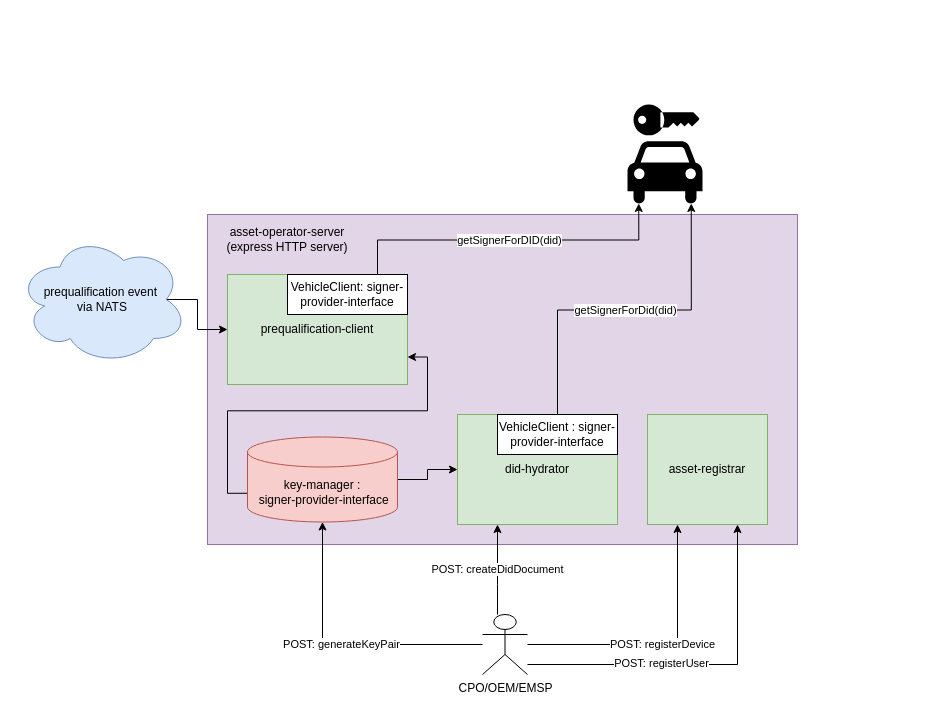
The draw.io diagram architecture.drawio in energywebfoundation/ev-dashboard-client, before the edit. Source tidied: cells renumbered, new cells numbered last; positions are measured from the earlier drawing's top-left corner, leaving out a move shared by most shapes. Both pictures are drawn from the tidied source at 100%, with x=0, y=0 at pixel (17, 104).
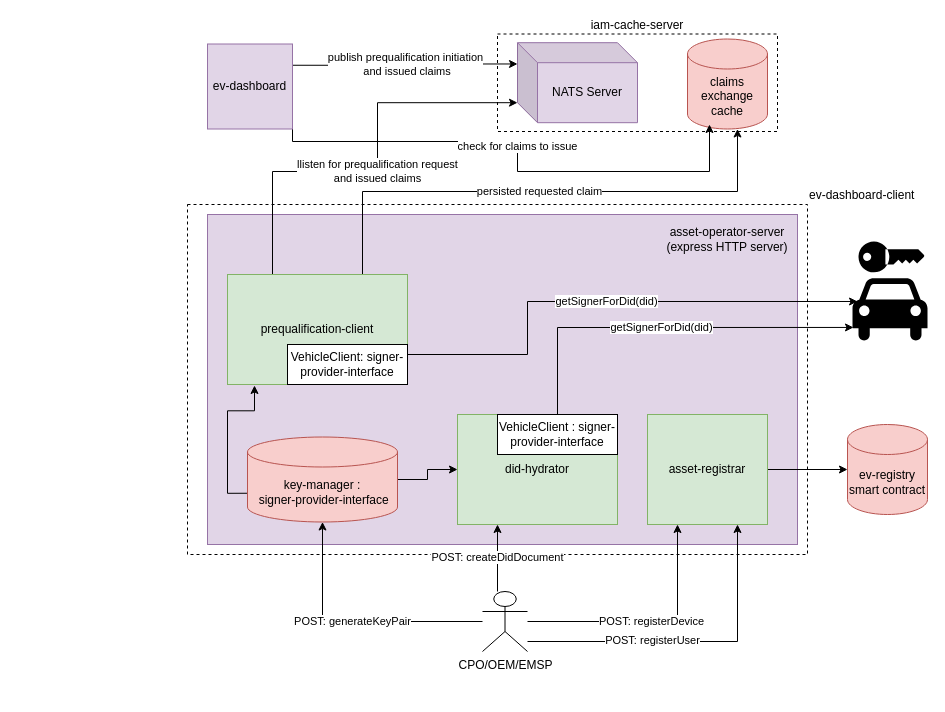
The same page after the edit.

Commit message (it also covers changes not shown here):
add ev-dashboard and ev-registry smart contract

Unchanged cells that the change refers to:
```xml
<mxCell id="4" value="did-hydrator" style="rounded=0;whiteSpace=wrap;html=1;fillColor=#d5e8d4;strokeColor=#82b366;" parent="1" vertex="1">
  <mxGeometry x="440" y="310" width="160" height="110" as="geometry" />
</mxCell>
<mxCell id="7" value="&lt;span style=&quot;text-align: left&quot;&gt;key-manager :&lt;/span&gt;&lt;br style=&quot;text-align: left&quot;&gt;&lt;span style=&quot;text-align: left&quot;&gt;&amp;nbsp;signer-provider-interface&lt;/span&gt;" style="shape=cylinder3;whiteSpace=wrap;html=1;boundedLbl=1;backgroundOutline=1;size=15;fillColor=#f8cecc;strokeColor=#b85450;" parent="1" vertex="1">
  <mxGeometry x="230" y="332.5" width="150" height="85" as="geometry" />
</mxCell>
<mxCell id="8" value="asset-registrar" style="rounded=0;whiteSpace=wrap;html=1;spacingLeft=0;fillColor=#d5e8d4;strokeColor=#82b366;" parent="1" vertex="1">
  <mxGeometry x="630" y="310" width="120" height="110" as="geometry" />
</mxCell>
<mxCell id="10" value="VehicleClient : signer-provider-interface" style="rounded=0;whiteSpace=wrap;html=1;" parent="1" vertex="1">
  <mxGeometry x="480" y="310" width="120" height="40" as="geometry" />
</mxCell>
<mxCell id="11" value="prequalification-client" style="rounded=0;whiteSpace=wrap;html=1;fillColor=#d5e8d4;strokeColor=#82b366;" parent="1" vertex="1">
  <mxGeometry x="210" y="170" width="180" height="110" as="geometry" />
</mxCell>
```

What changed in the source:
```diff
@@
+    <mxCell id="23" value="iam-cache-server" style="rounded=0;whiteSpace=wrap;html=1;dashed=1;fillColor=none;gradientColor=none;align=center;labelPosition=center;verticalLabelPosition=top;verticalAlign=bottom;" parent="1" vertex="1">
+      <mxGeometry x="480" y="-70.5" width="280" height="97.5" as="geometry" />
+    </mxCell>
+    <mxCell id="24" value="ev-dashboard-client" style="rounded=0;whiteSpace=wrap;html=1;gradientColor=none;align=left;fillColor=none;dashed=1;labelPosition=right;verticalLabelPosition=top;verticalAlign=bottom;" parent="1" vertex="1">
+      <mxGeometry x="170" y="100" width="620" height="350" as="geometry" />
+    </mxCell>
@@
     <mxCell id="3" value="asset-operator-server&lt;br&gt;(express HTTP server)" style="text;html=1;strokeColor=none;fillColor=none;align=center;verticalAlign=middle;whiteSpace=wrap;rounded=0;dashed=1;" parent="1" vertex="1">
-      <mxGeometry x="200" y="120" width="140" height="30" as="geometry" />
+      <mxGeometry x="640" y="120" width="140" height="30" as="geometry" />
     </mxCell>
@@
-    <mxCell id="5" style="edgeStyle=orthogonalEdgeStyle;rounded=0;jettySize=auto;html=1;exitX=0;exitY=0;exitDx=0;exitDy=56.25;exitPerimeter=0;entryX=1;entryY=0.75;entryDx=0;entryDy=0;" parent="1" edge="1" source="7" target="11">
+    <mxCell id="5" style="edgeStyle=orthogonalEdgeStyle;rounded=0;jettySize=auto;html=1;exitX=0;exitY=0;exitDx=0;exitDy=56.25;exitPerimeter=0;entryX=0.15;entryY=1.009;entryDx=0;entryDy=0;entryPerimeter=0;" parent="1" edge="1" source="7" target="11">
       <mxGeometry relative="1" as="geometry" />
     </mxCell>
@@
+    <mxCell id="25" style="edgeStyle=orthogonalEdgeStyle;rounded=0;jettySize=auto;html=1;entryX=0;entryY=0.5;entryDx=0;entryDy=0;entryPerimeter=0;" parent="1" edge="1" source="8" target="28">
+      <mxGeometry relative="1" as="geometry" />
+    </mxCell>
@@
-    <mxCell id="9" value="getSignerForDid(did)" style="edgeStyle=orthogonalEdgeStyle;rounded=0;jettySize=auto;html=1;exitX=0.5;exitY=0;exitDx=0;exitDy=0;entryX=0.85;entryY=0.98;entryDx=0;entryDy=0;entryPerimeter=0;" parent="1" edge="1" source="10" target="22">
+    <mxCell id="9" value="getSignerForDid(did)" style="edgeStyle=orthogonalEdgeStyle;rounded=0;jettySize=auto;html=1;exitX=0.5;exitY=0;exitDx=0;exitDy=0;entryX=0.013;entryY=0.851;entryDx=0;entryDy=0;entryPerimeter=0;" parent="1" edge="1" source="10" target="22">
       <mxGeometry relative="1" as="geometry" />
     </mxCell>
@@
+    <mxCell id="26" value="llisten for prequalification request&lt;br&gt;and issued claims" style="edgeStyle=orthogonalEdgeStyle;rounded=0;jettySize=auto;html=1;exitX=0.25;exitY=0;exitDx=0;exitDy=0;entryX=0;entryY=0;entryDx=0;entryDy=60;entryPerimeter=0;" parent="1" edge="1" source="11" target="30">
+      <mxGeometry relative="1" as="geometry">
+        <Array as="points">
+          <mxPoint x="255" y="67" />
+          <mxPoint x="360" y="67" />
+          <mxPoint x="360" y="-2" />
+        </Array>
+      </mxGeometry>
+    </mxCell>
+    <mxCell id="27" value="persisted requested claim" style="edgeStyle=orthogonalEdgeStyle;rounded=0;jettySize=auto;html=1;exitX=0.75;exitY=0;exitDx=0;exitDy=0;" parent="1" edge="1" source="11" target="29">
+      <mxGeometry relative="1" as="geometry">
+        <Array as="points">
+          <mxPoint x="345" y="87" />
+          <mxPoint x="720" y="87" />
+        </Array>
+      </mxGeometry>
+    </mxCell>
@@
-    <mxCell id="12" value="getSignerForDID(did)" style="edgeStyle=orthogonalEdgeStyle;rounded=0;jettySize=auto;html=1;exitX=0.75;exitY=0;exitDx=0;exitDy=0;entryX=0.15;entryY=0.98;entryDx=0;entryDy=0;entryPerimeter=0;" parent="1" edge="1" source="13" target="22">
-      <mxGeometry relative="1" as="geometry" />
+    <mxCell id="12" value="getSignerForDid(did)" style="edgeStyle=orthogonalEdgeStyle;rounded=0;jettySize=auto;html=1;entryX=0.067;entryY=0.594;entryDx=0;entryDy=0;entryPerimeter=0;exitX=1;exitY=0.25;exitDx=0;exitDy=0;" parent="1" edge="1" source="13" target="22">
+      <mxGeometry relative="1" as="geometry">
+        <Array as="points">
+          <mxPoint x="510" y="250" />
+          <mxPoint x="510" y="197" />
+        </Array>
+      </mxGeometry>
     </mxCell>
     <mxCell id="13" value="VehicleClient: signer-provider-interface" style="rounded=0;whiteSpace=wrap;html=1;" parent="1" vertex="1">
-      <mxGeometry x="270" y="170" width="120" height="40" as="geometry" />
+      <mxGeometry x="270" y="240" width="120" height="40" as="geometry" />
     </mxCell>
@@
     <mxCell id="15" value="POST: createDidDocument" style="edgeStyle=orthogonalEdgeStyle;rounded=0;jettySize=auto;html=1;entryX=0.25;entryY=1;entryDx=0;entryDy=0;" parent="1" edge="1" source="19" target="4">
       <mxGeometry relative="1" as="geometry">
         <Array as="points">
-          <mxPoint x="480" y="480" />
-          <mxPoint x="480" y="480" />
+          <mxPoint x="480" y="457" />
+          <mxPoint x="480" y="457" />
         </Array>
       </mxGeometry>
     </mxCell>
@@
     <mxCell id="17" style="edgeStyle=orthogonalEdgeStyle;rounded=0;jettySize=auto;html=1;entryX=0.75;entryY=1;entryDx=0;entryDy=0;" parent="1" edge="1" source="19" target="8">
       <mxGeometry relative="1" as="geometry">
         <Array as="points">
-          <mxPoint x="720" y="560" />
+          <mxPoint x="720" y="537" />
         </Array>
       </mxGeometry>
     </mxCell>
@@
     <mxCell id="19" value="CPO/OEM/EMSP" style="shape=umlActor;verticalLabelPosition=bottom;verticalAlign=top;html=1;outlineConnect=0;gradientColor=none;align=center;" parent="1" vertex="1">
-      <mxGeometry x="465" y="510" width="45" height="60" as="geometry" />
+      <mxGeometry x="465" y="487" width="45" height="60" as="geometry" />
     </mxCell>
-    <mxCell id="20" style="edgeStyle=orthogonalEdgeStyle;rounded=0;jettySize=auto;html=1;exitX=0.875;exitY=0.5;exitDx=0;exitDy=0;exitPerimeter=0;entryX=0;entryY=0.5;entryDx=0;entryDy=0;" parent="1" edge="1" source="21" target="11">
-      <mxGeometry relative="1" as="geometry">
-        <Array as="points">
-          <mxPoint x="180" y="195" />
-          <mxPoint x="180" y="225" />
-        </Array>
-      </mxGeometry>
-    </mxCell>
-    <mxCell id="21" value="prequalification event&amp;nbsp;&lt;br&gt;&lt;div style=&quot;&quot;&gt;&lt;span&gt;via NATS&lt;/span&gt;&lt;/div&gt;" style="ellipse;shape=cloud;whiteSpace=wrap;html=1;align=center;fillColor=#dae8fc;strokeColor=#6c8ebf;" parent="1" vertex="1">
-      <mxGeometry y="130" width="170" height="130" as="geometry" />
-    </mxCell>
     <mxCell id="22" style="shape=mxgraph.signs.travel.car_rental;html=1;fillColor=#000000;strokeColor=none;verticalLabelPosition=bottom;verticalAlign=top;align=center;" parent="1" vertex="1">
-      <mxGeometry x="610" width="75" height="101" as="geometry" />
+      <mxGeometry x="835" y="137" width="75" height="101" as="geometry" />
     </mxCell>
+    <mxCell id="28" value="ev-registry smart contract" style="shape=cylinder3;whiteSpace=wrap;html=1;boundedLbl=1;backgroundOutline=1;size=15;align=center;fillColor=#f8cecc;strokeColor=#b85450;" parent="1" vertex="1">
+      <mxGeometry x="830" y="320" width="80" height="90" as="geometry" />
+    </mxCell>
+    <mxCell id="29" value="claims exchange cache" style="shape=cylinder3;whiteSpace=wrap;html=1;boundedLbl=1;backgroundOutline=1;size=15;align=center;fillColor=#f8cecc;strokeColor=#b85450;" parent="1" vertex="1">
+      <mxGeometry x="670" y="-65.5" width="80" height="90" as="geometry" />
+    </mxCell>
+    <mxCell id="30" value="NATS Server" style="shape=cube;whiteSpace=wrap;html=1;boundedLbl=1;backgroundOutline=1;darkOpacity=0.05;darkOpacity2=0.1;fillColor=#e1d5e7;align=center;strokeColor=#9673a6;" parent="1" vertex="1">
+      <mxGeometry x="500" y="-61.8" width="120" height="80" as="geometry" />
+    </mxCell>
+    <mxCell id="31" value="publish prequalification initiation&lt;br&gt;&amp;nbsp;and issued claims" style="edgeStyle=orthogonalEdgeStyle;rounded=0;jettySize=auto;html=1;entryX=0;entryY=0.266;entryDx=0;entryDy=0;entryPerimeter=0;exitX=1;exitY=0.25;exitDx=0;exitDy=0;" parent="1" edge="1" source="33" target="30">
+      <mxGeometry relative="1" as="geometry" />
+    </mxCell>
+    <mxCell id="32" value="check for claims to issue" style="edgeStyle=orthogonalEdgeStyle;rounded=0;jettySize=auto;html=1;exitX=1;exitY=0.75;exitDx=0;exitDy=0;" parent="1" edge="1" source="33">
+      <mxGeometry relative="1" as="geometry">
+        <mxPoint x="692" y="20" as="targetPoint" />
+        <Array as="points">
+          <mxPoint x="275" y="37" />
+          <mxPoint x="500" y="37" />
+          <mxPoint x="500" y="67" />
+          <mxPoint x="692" y="67" />
+        </Array>
+      </mxGeometry>
+    </mxCell>
+    <mxCell id="33" value="ev-dashboard" style="whiteSpace=wrap;html=1;fillColor=#e1d5e7;align=center;strokeColor=#9673a6;" parent="1" vertex="1">
+      <mxGeometry x="190" y="-60.5" width="85" height="85" as="geometry" />
+    </mxCell>
```
